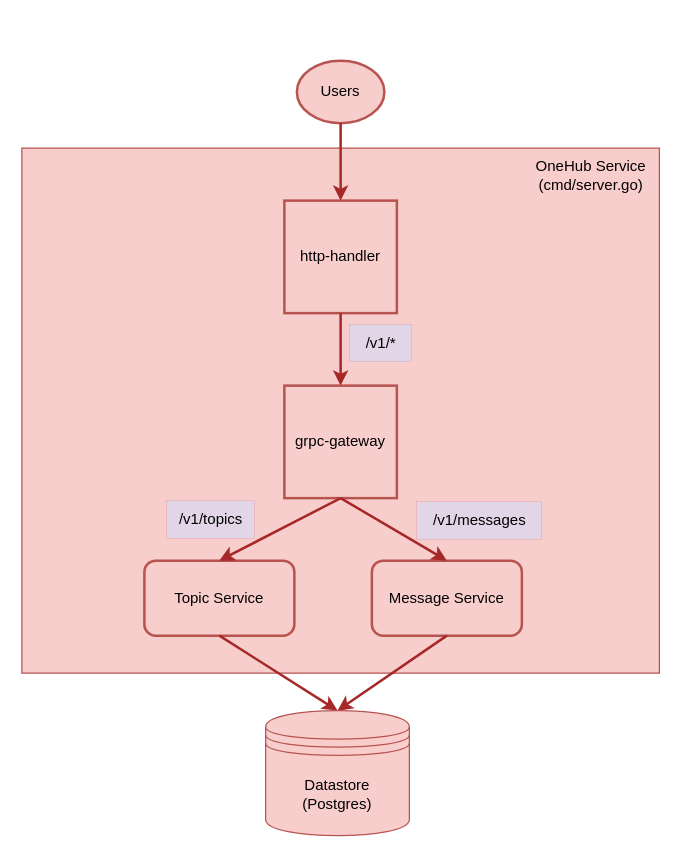
panyam/blog keeps this draw.io diagram as page "New Architecture" (2 of 2) of public/static/images/Untitled Diagram.drawio. Above is the earlier version. Source tidied: cells renumbered, new cells numbered last; positions are measured from the earlier drawing's top-left corner, leaving out a move shared by most shapes. Both pictures are drawn from the tidied source at 125%, with x=0, y=0 at pixel (21, 60).
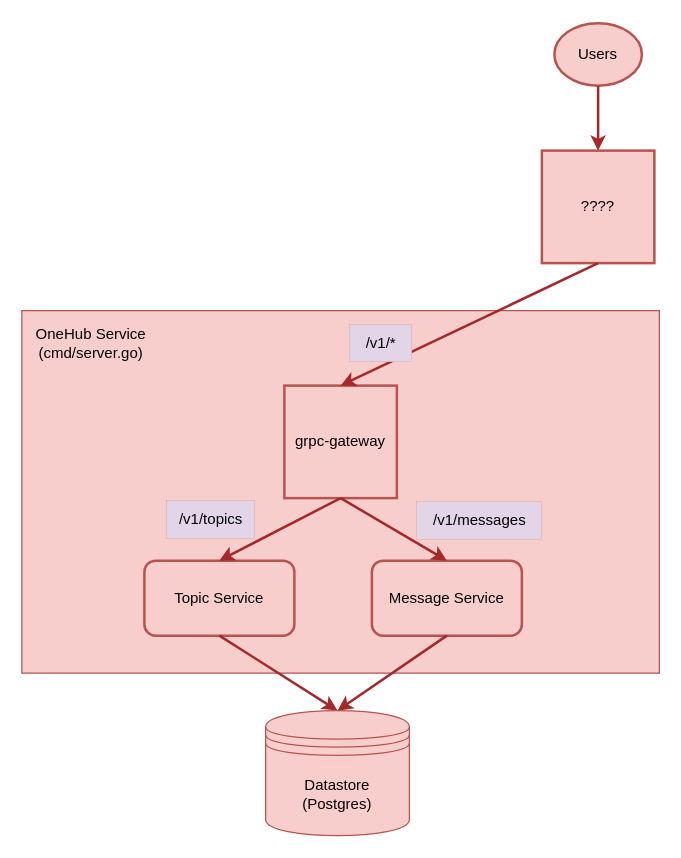
After the change.

Change to the diagram source:
```diff
@@
 <mxGraphModel>
   <root>
     <mxCell id="0" />
     <mxCell id="1" parent="0" />
     <mxCell id="2" style="verticalLabelPosition=bottom;verticalAlign=top;html=1;shape=mxgraph.basic.rect;fillColor2=none;strokeWidth=1;size=20;indent=5;fillColor=#f8cecc;strokeColor=#b85450;" parent="1" vertex="1">
-      <mxGeometry y="70" width="510" height="420" as="geometry" />
+      <mxGeometry y="200" width="510" height="290" as="geometry" />
     </mxCell>
-    <mxCell id="3" value="http-handler" style="whiteSpace=wrap;html=1;fillColor=#f8cecc;strokeColor=#b85450;strokeWidth=2;" parent="1" vertex="1">
-      <mxGeometry x="210" y="112" width="90" height="90" as="geometry" />
+    <mxCell id="3" value="????" style="whiteSpace=wrap;html=1;fillColor=#f8cecc;strokeColor=#b85450;strokeWidth=2;" parent="1" vertex="1">
+      <mxGeometry x="416" y="72" width="90" height="90" as="geometry" />
     </mxCell>
     <mxCell id="4" value="Users" style="ellipse;whiteSpace=wrap;html=1;strokeWidth=2;fillColor=#f8cecc;strokeColor=#b85450;" parent="1" vertex="1">
-      <mxGeometry x="220" width="70" height="50" as="geometry" />
+      <mxGeometry x="426" y="-30" width="70" height="50" as="geometry" />
     </mxCell>
     <mxCell id="5" value="grpc-gateway" style="whiteSpace=wrap;html=1;fillColor=#f8cecc;strokeColor=#b85450;strokeWidth=2;" parent="1" vertex="1">
       <mxGeometry x="210" y="260" width="90" height="90" as="geometry" />
     </mxCell>
     <mxCell id="6" style="endArrow=classic;html=1;rounded=0;exitX=0.5;exitY=1;exitDx=0;exitDy=0;entryX=0.5;entryY=0;entryDx=0;entryDy=0;strokeColor=#A62828;strokeWidth=2;fillColor=#e1d5e7;" parent="1" edge="1" source="3" target="5">
       <mxGeometry relative="1" as="geometry" />
     </mxCell>
     <mxCell id="7" value="Topic Service" style="rounded=1;whiteSpace=wrap;html=1;fillColor=#f8cecc;strokeColor=#b85450;strokeWidth=2;" parent="1" vertex="1">
       <mxGeometry x="98" y="400" width="120" height="60" as="geometry" />
     </mxCell>
     <mxCell id="8" value="Message Service" style="rounded=1;whiteSpace=wrap;html=1;fillColor=#f8cecc;strokeColor=#b85450;strokeWidth=2;" parent="1" vertex="1">
       <mxGeometry x="280" y="400" width="120" height="60" as="geometry" />
     </mxCell>
     <mxCell id="9" style="endArrow=classic;html=1;rounded=0;exitX=0.5;exitY=1;exitDx=0;exitDy=0;entryX=0.5;entryY=0;entryDx=0;entryDy=0;strokeColor=#A62828;strokeWidth=2;fillColor=#e1d5e7;" parent="1" edge="1" source="5" target="7">
       <mxGeometry relative="1" as="geometry" />
     </mxCell>
     <mxCell id="10" style="endArrow=classic;html=1;rounded=0;exitX=0.5;exitY=1;exitDx=0;exitDy=0;entryX=0.5;entryY=0;entryDx=0;entryDy=0;strokeColor=#A62828;strokeWidth=2;fillColor=#e1d5e7;" parent="1" edge="1" source="5" target="8">
       <mxGeometry relative="1" as="geometry" />
     </mxCell>
     <mxCell id="11" style="endArrow=classic;html=1;rounded=0;exitX=0.5;exitY=1;exitDx=0;exitDy=0;strokeColor=#A62828;strokeWidth=2;fillColor=#e1d5e7;entryX=0.5;entryY=0;entryDx=0;entryDy=0;" parent="1" edge="1" source="8" target="17">
       <mxGeometry relative="1" as="geometry" />
     </mxCell>
     <mxCell id="12" style="endArrow=classic;html=1;rounded=0;exitX=0.5;exitY=1;exitDx=0;exitDy=0;strokeColor=#A62828;strokeWidth=2;fillColor=#e1d5e7;entryX=0.5;entryY=0;entryDx=0;entryDy=0;" parent="1" edge="1" source="7" target="17">
       <mxGeometry relative="1" as="geometry" />
     </mxCell>
     <mxCell id="13" value="/v1/topics" style="text;html=1;align=center;verticalAlign=middle;strokeColor=#A62828;fillColor=#e1d5e7;strokeWidth=0;" parent="1" vertex="1">
       <mxGeometry x="116" y="352" width="70" height="30" as="geometry" />
     </mxCell>
     <mxCell id="14" value="/v1/messages" style="text;html=1;align=center;verticalAlign=middle;strokeColor=#A62828;fillColor=#e1d5e7;strokeWidth=0;" parent="1" vertex="1">
       <mxGeometry x="316" y="353" width="100" height="30" as="geometry" />
     </mxCell>
     <mxCell id="15" value="/v1/*" style="text;html=1;align=center;verticalAlign=middle;strokeColor=#A62828;fillColor=#e1d5e7;strokeWidth=0;" parent="1" vertex="1">
       <mxGeometry x="262" y="211" width="50" height="30" as="geometry" />
     </mxCell>
     <mxCell id="16" style="endArrow=classic;html=1;rounded=0;exitX=0.5;exitY=1;exitDx=0;exitDy=0;entryX=0.5;entryY=0;entryDx=0;entryDy=0;strokeColor=#A62828;strokeWidth=2;fillColor=#e1d5e7;" parent="1" edge="1" source="4" target="3">
       <mxGeometry relative="1" as="geometry" />
     </mxCell>
     <mxCell id="17" value="Datastore&lt;br&gt;(Postgres)" style="shape=datastore;whiteSpace=wrap;html=1;fillColor=#f8cecc;strokeColor=#b85450;" parent="1" vertex="1">
       <mxGeometry x="195" y="520" width="115" height="100" as="geometry" />
     </mxCell>
     <mxCell id="18" value="OneHub Service&lt;br&gt;(cmd/server.go)" style="text;html=1;align=center;verticalAlign=middle;strokeColor=none;fillColor=none;" parent="1" vertex="1">
-      <mxGeometry x="400" y="72" width="110" height="40" as="geometry" />
+      <mxGeometry y="206" width="110" height="40" as="geometry" />
     </mxCell>
   </root>
 </mxGraphModel>
```
